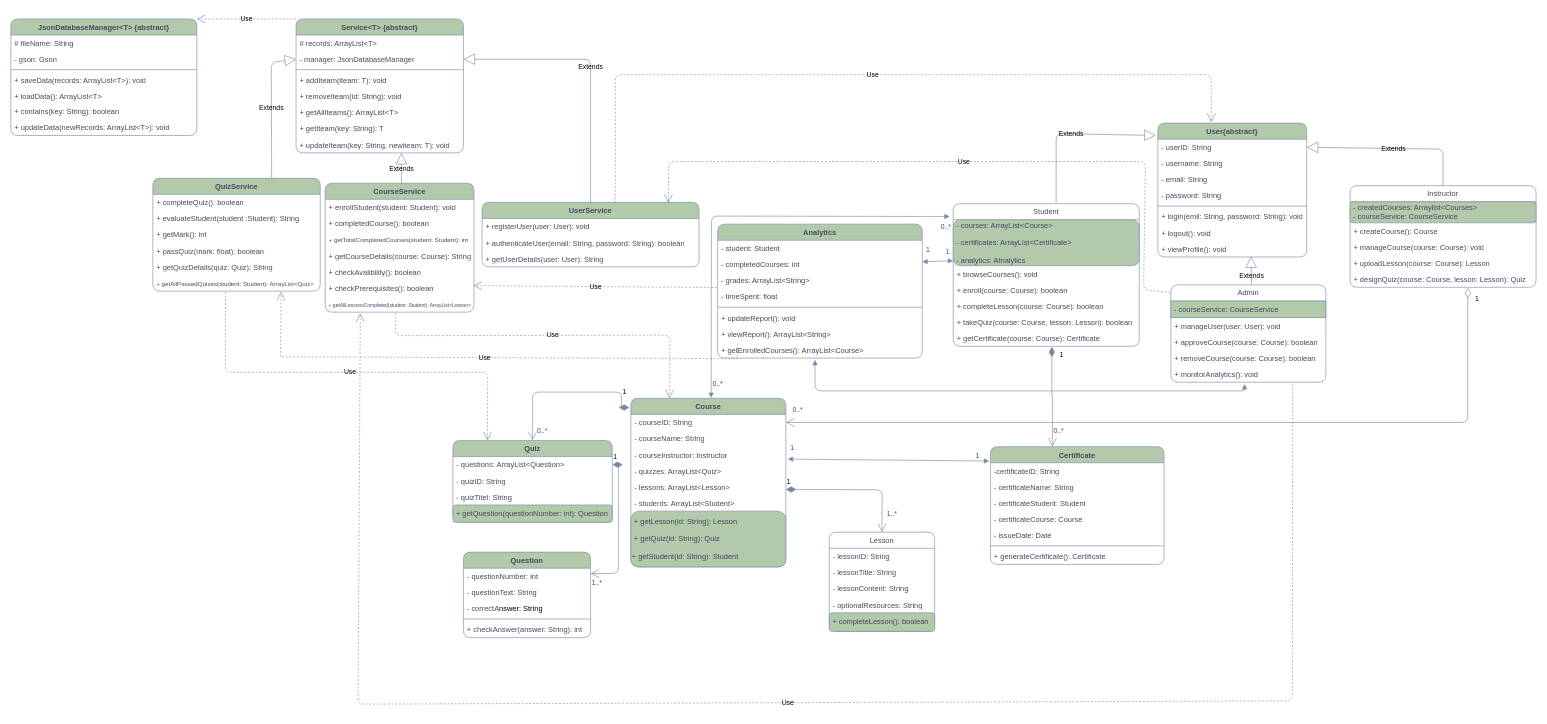
This is Class diagram/class Diagram.drawio from sarazaghlool05/lab6, a draw.io file, before an edit. Source tidied: cells renumbered, new cells numbered last; positions are measured from the earlier drawing's top-left corner, leaving out a move shared by most shapes. Both pictures are drawn from the tidied source at 62%, with x=0, y=0 at pixel (11, 19).
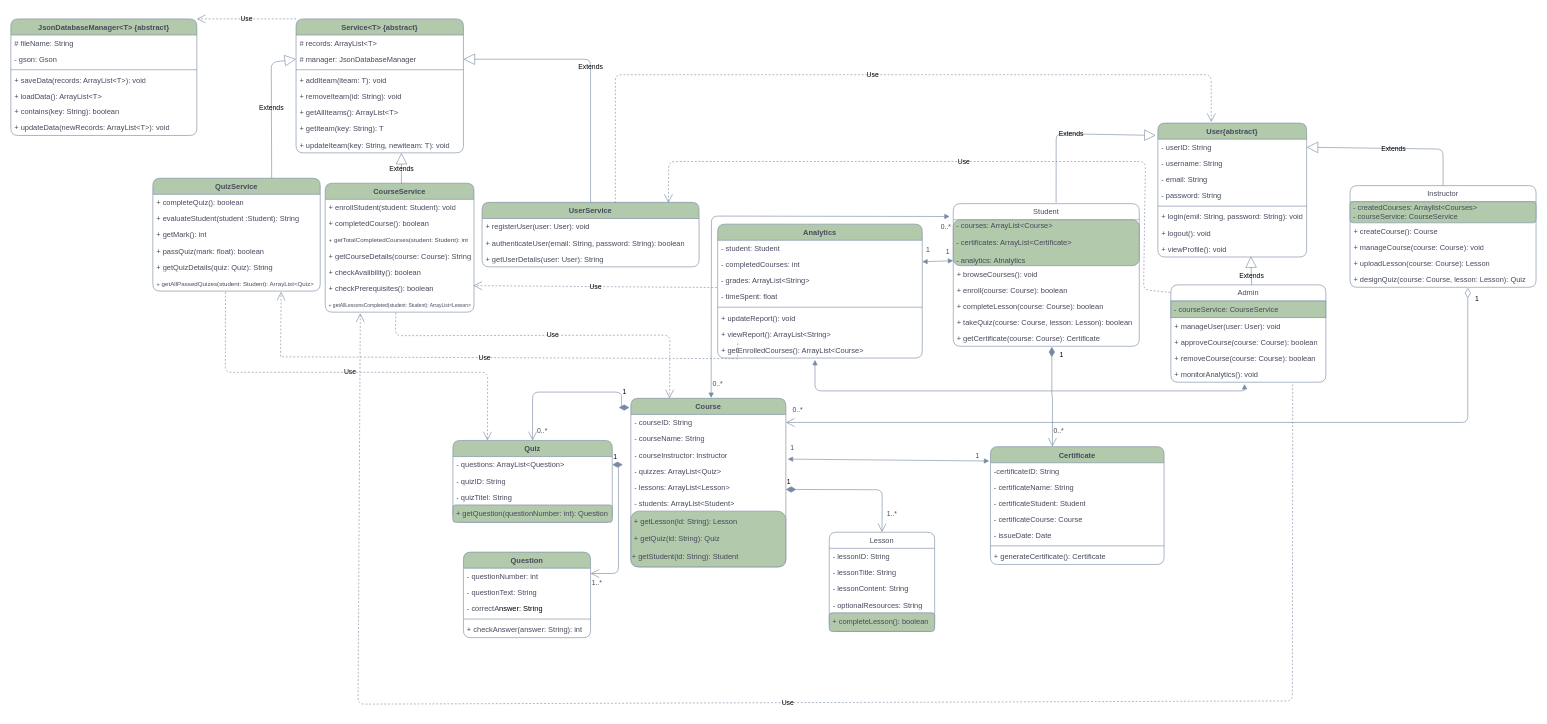
After the change.

Unchanged cells that the change refers to:
```xml
<mxCell id="42" value="Service&amp;lt;T&amp;gt; {abstract}" style="swimlane;fontStyle=1;align=center;verticalAlign=top;horizontal=1;startSize=26;whiteSpace=wrap;html=1;labelBackgroundColor=none;rounded=1;fillColor=#B2C9AB;strokeColor=#788AA3;fontColor=#46495D;" parent="1" vertex="1">
  <mxGeometry x="460" width="270" height="216" as="geometry" />
</mxCell>
```

Diff of the diagram source:
```diff
@@
-    <mxCell id="44" value="- manager: JsonDatabaseManager" style="text;strokeColor=none;fillColor=none;align=left;verticalAlign=top;spacingLeft=4;spacingRight=4;overflow=hidden;points=[[0,0.5],[1,0.5]];portConstraint=eastwest;whiteSpace=wrap;html=1;labelBackgroundColor=none;rounded=1;fontColor=#46495D;" parent="42" vertex="1">
+    <mxCell id="44" value="# manager: JsonDatabaseManager" style="text;strokeColor=none;fillColor=none;align=left;verticalAlign=top;spacingLeft=4;spacingRight=4;overflow=hidden;points=[[0,0.5],[1,0.5]];portConstraint=eastwest;whiteSpace=wrap;html=1;labelBackgroundColor=none;rounded=1;fontColor=#46495D;" parent="42" vertex="1">
       <mxGeometry y="52" width="270" height="26" as="geometry" />
     </mxCell>
```
